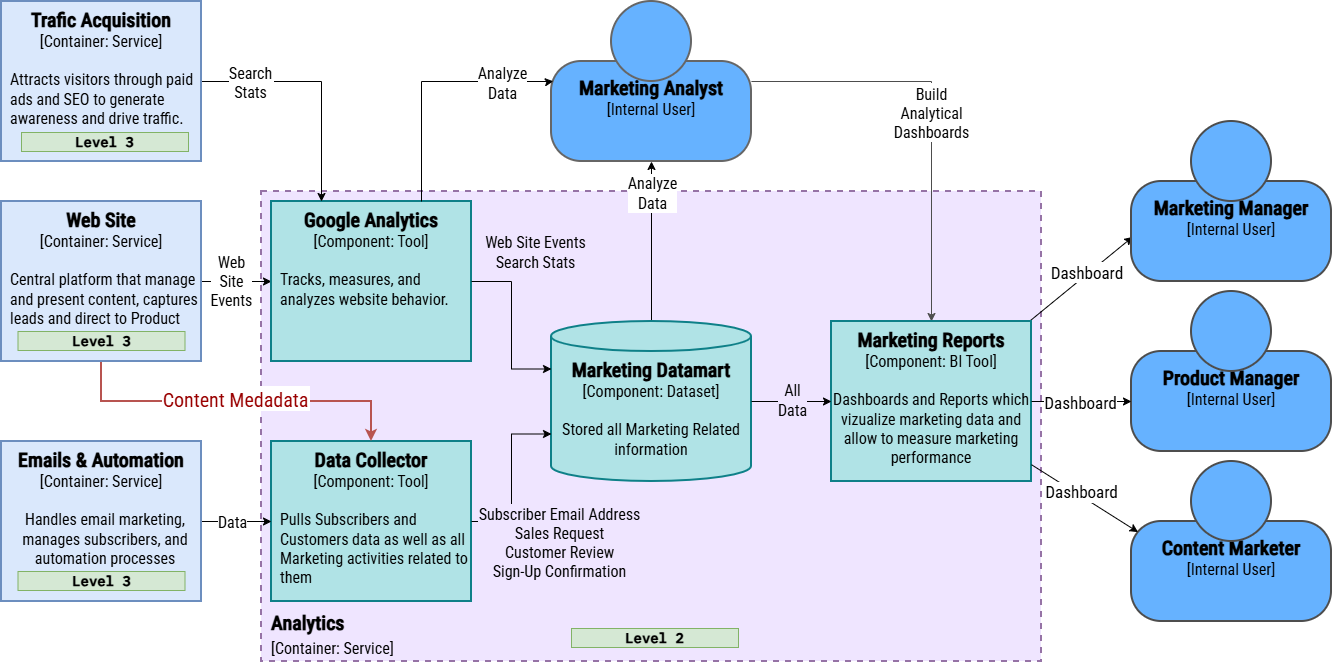
The draw.io diagram chapter-08/figure-8.12.drawio.png in software-architecture-guild/modeling-software-architecture, before a commit. Source tidied: cells renumbered, new cells last; positions are measured from the earlier drawing's top-left corner, leaving out a move shared by most shapes.
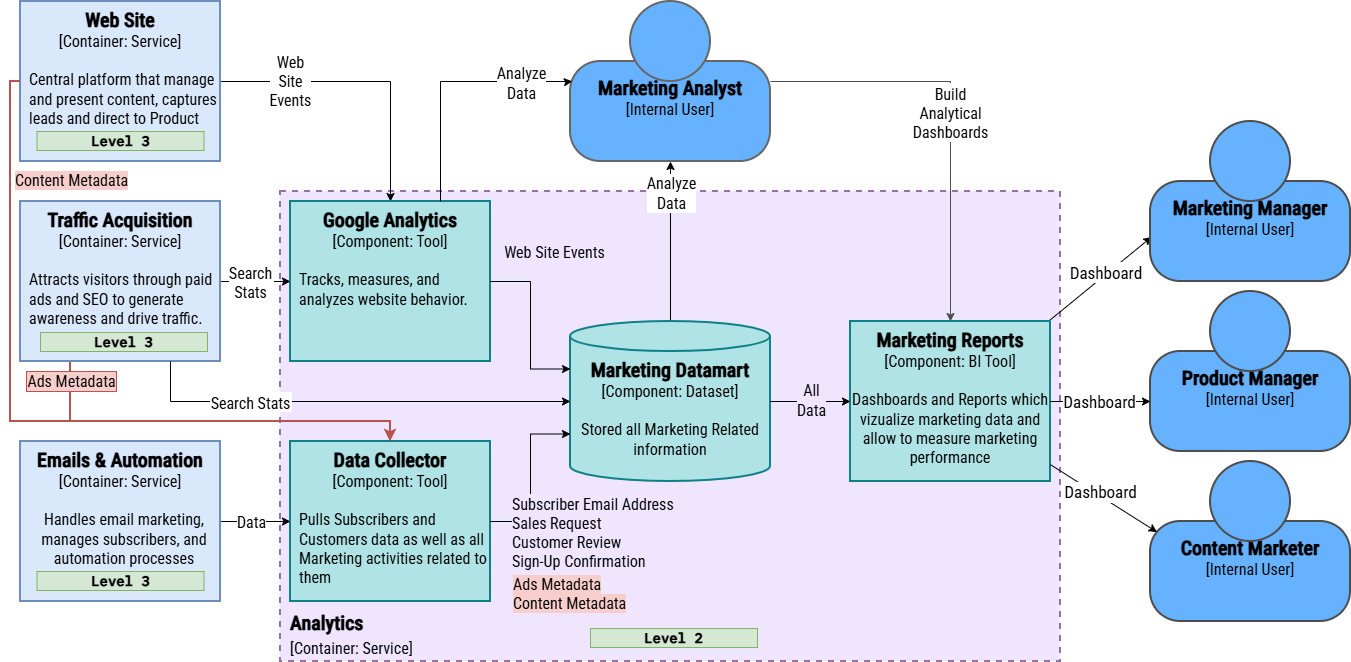
After the change.

Commit message:
chapter 8: fixed google search and ads

What changed in the source:
```diff
@@ -2,8 +2,8 @@
   <root>
     <mxCell id="0" />
     <mxCell id="1" parent="0" />
-    <mxCell id="2" style="rounded=0;whiteSpace=wrap;html=1;strokeColor=none;fillColor=default;" parent="1" vertex="1">
-      <mxGeometry width="1330" height="660" as="geometry" />
+    <mxCell id="2" value="&#10;&lt;span style=&quot;color: rgb(0, 0, 0); font-family: &amp;quot;Roboto Condensed&amp;quot;; font-size: 16px; font-style: normal; font-variant-ligatures: normal; font-variant-caps: normal; font-weight: 400; letter-spacing: normal; orphans: 2; text-align: center; text-indent: 0px; text-transform: none; widows: 2; word-spacing: 0px; -webkit-text-stroke-width: 0px; white-space: nowrap; background-color: rgb(248, 206, 204); text-decoration-thickness: initial; text-decoration-style: initial; text-decoration-color: initial; display: inline !important; float: none;&quot;&gt;Ads Metadata&lt;/span&gt;&#10;&#10;" style="rounded=0;whiteSpace=wrap;html=1;strokeColor=none;fillColor=default;" parent="1" vertex="1">
+      <mxGeometry x="-20" width="1350" height="660" as="geometry" />
     </mxCell>
     <mxCell id="3" value="&lt;font style=&quot;color: rgb(0, 0, 0);&quot;&gt;&lt;b style=&quot;text-align: center;&quot;&gt;Analytics&lt;/b&gt;&lt;br style=&quot;text-align: center;&quot;&gt;&lt;font style=&quot;text-align: center; font-size: 16px;&quot;&gt;[Container: Service]&lt;/font&gt;&lt;/font&gt;" style="rounded=0;whiteSpace=wrap;html=1;strokeWidth=2;fillColor=#EFE5FF;strokeColor=#9673a6;verticalAlign=bottom;dashed=1;align=left;fontFamily=Roboto Condensed;fontSource=https%3A%2F%2Ffonts.googleapis.com%2Fcss%3Ffamily%3DRoboto%2BCondensed;fontSize=20;spacingLeft=8;" parent="1" vertex="1">
       <mxGeometry x="260" y="190" width="780" height="470" as="geometry" />
@@ -17,8 +17,8 @@
     <mxCell id="6" style="ellipse;whiteSpace=wrap;html=1;strokeWidth=2;strokeColor=#666666;fillColor=light-dark(#66B2FF,#EDEDED);fontColor=#000000;" parent="4" vertex="1">
       <mxGeometry x="60" width="80" height="80" as="geometry" />
     </mxCell>
-    <mxCell id="7" value="Web&lt;br&gt;Site&lt;br&gt;Events" style="shape=connector;rounded=0;jettySize=auto;html=1;strokeColor=#000000;align=center;verticalAlign=middle;fontFamily=Roboto Condensed;fontSource=https%3A%2F%2Ffonts.googleapis.com%2Fcss%3Ffamily%3DRoboto%2BCondensed;fontSize=16;fontColor=default;labelBackgroundColor=default;endArrow=classic;entryX=0;entryY=0.5;entryDx=0;entryDy=0;exitX=1;exitY=0.5;exitDx=0;exitDy=0;" parent="1" edge="1" source="50" target="14">
-      <mxGeometry x="-0.14" relative="1" as="geometry" />
+    <mxCell id="7" value="Web&lt;br&gt;Site&lt;br&gt;Events" style="shape=connector;rounded=0;jettySize=auto;html=1;strokeColor=#000000;align=center;verticalAlign=middle;fontFamily=Roboto Condensed;fontSource=https%3A%2F%2Ffonts.googleapis.com%2Fcss%3Ffamily%3DRoboto%2BCondensed;fontSize=16;fontColor=default;labelBackgroundColor=default;endArrow=classic;entryX=0.5;entryY=0;entryDx=0;entryDy=0;exitX=1;exitY=0.5;exitDx=0;exitDy=0;edgeStyle=orthogonalEdgeStyle;" parent="1" edge="1" source="50" target="14">
+      <mxGeometry x="-0.52" relative="1" as="geometry" />
     </mxCell>
     <mxCell id="8" style="group;" parent="1" vertex="1">
       <mxGeometry x="1130" y="460" width="200" height="160" as="geometry" />
@@ -41,12 +41,12 @@
     <mxCell id="14" value="&lt;font&gt;&lt;font style=&quot;font-size: 20px;&quot;&gt;&lt;b&gt;&lt;font&gt;&lt;span&gt;Google Analytics&lt;/span&gt;&lt;/font&gt;&lt;/b&gt;&lt;br&gt;&lt;/font&gt;&lt;font&gt;[&lt;/font&gt;&lt;/font&gt;&lt;span&gt;Component&lt;/span&gt;&lt;font&gt;&lt;font&gt;: Tool]&lt;br&gt;&lt;br&gt;&lt;div style=&quot;text-align: left; padding-bottom: 0px; padding-left: 8px;&quot;&gt;&lt;span style=&quot;background-color: transparent;&quot;&gt;Tracks, measures, and analyzes website behavior.&lt;/span&gt;&lt;/div&gt;&lt;/font&gt;&lt;/font&gt;" style="rounded=0;whiteSpace=wrap;html=1;strokeWidth=2;fillColor=#b0e3e6;strokeColor=#0e8088;verticalAlign=top;fontFamily=Roboto Condensed;fontSource=https%3A%2F%2Ffonts.googleapis.com%2Fcss%3Ffamily%3DRoboto%2BCondensed;fontColor=#000000;fontSize=16;" parent="1" vertex="1">
       <mxGeometry x="270" y="200" width="200" height="160" as="geometry" />
     </mxCell>
-    <mxCell id="15" style="shape=connector;rounded=0;jettySize=auto;html=1;strokeColor=#000000;align=center;verticalAlign=middle;fontFamily=IBM Plex Mono;fontSource=https%3A%2F%2Ffonts.googleapis.com%2Fcss%3Ffamily%3DIBM%2BPlex%2BMono;fontSize=11;fontColor=default;labelBackgroundColor=default;endArrow=classic;entryX=0.25;entryY=0;entryDx=0;entryDy=0;exitX=1;exitY=0.5;exitDx=0;exitDy=0;edgeStyle=orthogonalEdgeStyle;" parent="1" edge="1" source="43" target="14">
+    <mxCell id="15" style="shape=connector;rounded=0;jettySize=auto;html=1;strokeColor=#000000;align=center;verticalAlign=middle;fontFamily=IBM Plex Mono;fontSource=https%3A%2F%2Ffonts.googleapis.com%2Fcss%3Ffamily%3DIBM%2BPlex%2BMono;fontSize=11;fontColor=default;labelBackgroundColor=default;endArrow=classic;exitX=1;exitY=0.5;exitDx=0;exitDy=0;edgeStyle=orthogonalEdgeStyle;" parent="1" edge="1" source="43" target="14">
       <mxGeometry relative="1" as="geometry" />
     </mxCell>
     <mxCell id="16" value="Search&#10;Stats" style="edgeLabel;align=center;verticalAlign=middle;fontFamily=Roboto Condensed;fontSource=https%3A%2F%2Ffonts.googleapis.com%2Fcss%3Ffamily%3DRoboto%2BCondensed;fontSize=16;fontColor=#000000;labelBackgroundColor=#FFFFFF;fillColor=none;gradientColor=none;fontStyle=0;" parent="15" vertex="1">
       <mxGeometry x="-0.5" y="-1" relative="1" as="geometry">
-        <mxPoint x="-10" y="-1" as="offset" />
+        <mxPoint x="13" y="-1" as="offset" />
       </mxGeometry>
     </mxCell>
     <mxCell id="17" value="&lt;font style=&quot;font-size: 20px;&quot;&gt;&lt;span&gt;&lt;b&gt;Data Collector&lt;br&gt;&lt;/b&gt;&lt;/span&gt;&lt;/font&gt;&lt;font&gt;[&lt;/font&gt;&lt;span&gt;Component&lt;/span&gt;&lt;font&gt;: Tool]&lt;br&gt;&lt;br&gt;&lt;div style=&quot;text-align: left; padding-bottom: 0px; padding-left: 8px;&quot;&gt;&lt;span style=&quot;background-color: transparent;&quot;&gt;Pulls Subscribers and Customers data as well as all Marketing activities related to them&lt;/span&gt;&lt;/div&gt;&lt;/font&gt;" style="rounded=0;whiteSpace=wrap;html=1;strokeWidth=2;fillColor=#b0e3e6;strokeColor=#0e8088;verticalAlign=top;align=center;fontFamily=Roboto Condensed;fontSource=https%3A%2F%2Ffonts.googleapis.com%2Fcss%3Ffamily%3DRoboto%2BCondensed;fontSize=16;labelBackgroundColor=none;fontColor=#000000;" parent="1" vertex="1">
@@ -66,9 +66,9 @@
     <mxCell id="21" style="edgeStyle=orthogonalEdgeStyle;shape=connector;rounded=0;jettySize=auto;html=1;exitX=1;exitY=0.5;exitDx=0;exitDy=0;strokeColor=#000000;align=center;verticalAlign=middle;fontFamily=IBM Plex Mono;fontSource=https%3A%2F%2Ffonts.googleapis.com%2Fcss%3Ffamily%3DIBM%2BPlex%2BMono;fontSize=11;fontColor=default;labelBackgroundColor=default;endArrow=classic;entryX=0;entryY=0;entryDx=0;entryDy=112.5;entryPerimeter=0;" parent="1" edge="1" source="17" target="20">
       <mxGeometry relative="1" as="geometry" />
     </mxCell>
-    <mxCell id="22" value="Subscriber Email Address&#10;Sales Request&#10;Customer Review&#10;Sign-Up Confirmation" style="edgeLabel;align=center;verticalAlign=middle;fontFamily=Roboto Condensed;fontSource=https%3A%2F%2Ffonts.googleapis.com%2Fcss%3Ffamily%3DRoboto%2BCondensed;fontSize=16;fontColor=#000000;labelBackgroundColor=#EFE5FF;" parent="21" vertex="1">
+    <mxCell id="22" value="Subscriber Email Address&#10;Sales Request&#10;Customer Review&#10;Sign-Up Confirmation" style="edgeLabel;align=left;verticalAlign=middle;fontFamily=Roboto Condensed;fontSource=https%3A%2F%2Ffonts.googleapis.com%2Fcss%3Ffamily%3DRoboto%2BCondensed;fontSize=16;fontColor=#000000;labelBackgroundColor=#EFE5FF;" parent="21" vertex="1">
       <mxGeometry x="-0.55" relative="1" as="geometry">
-        <mxPoint x="50" y="20" as="offset" />
+        <mxPoint x="-18" y="10" as="offset" />
       </mxGeometry>
     </mxCell>
     <mxCell id="23" style="edgeStyle=none;shape=connector;rounded=0;html=1;entryX=0.006;entryY=0.554;entryDx=0;entryDy=0;strokeColor=#000000;align=center;verticalAlign=middle;fontFamily=IBM Plex Mono;fontSource=https%3A%2F%2Ffonts.googleapis.com%2Fcss%3Ffamily%3DIBM%2BPlex%2BMono;fontSize=11;fontColor=default;labelBackgroundColor=default;endArrow=classic;entryPerimeter=0;" parent="1" edge="1" source="25" target="30">
@@ -107,7 +107,7 @@
     <mxCell id="32" style="shape=connector;rounded=0;jettySize=auto;html=1;exitX=1;exitY=0.5;exitDx=0;exitDy=0;strokeColor=#000000;align=center;verticalAlign=middle;fontFamily=IBM Plex Mono;fontSource=https%3A%2F%2Ffonts.googleapis.com%2Fcss%3Ffamily%3DIBM%2BPlex%2BMono;fontSize=11;fontColor=default;labelBackgroundColor=default;endArrow=classic;entryX=0;entryY=0;entryDx=0;entryDy=47.5;entryPerimeter=0;edgeStyle=orthogonalEdgeStyle;" parent="1" edge="1" source="14" target="20">
       <mxGeometry relative="1" as="geometry" />
     </mxCell>
-    <mxCell id="33" value="&lt;span style=&quot;color: rgb(0, 0, 0); font-family: &amp;quot;Roboto Condensed&amp;quot;; font-size: 16px;&quot;&gt;Web Site Events&lt;br&gt;&lt;/span&gt;&lt;span style=&quot;color: rgb(0, 0, 0); font-family: &amp;quot;Roboto Condensed&amp;quot;; font-size: 16px;&quot;&gt;Search Stats&lt;/span&gt;" style="edgeLabel;html=1;align=center;verticalAlign=middle;labelBackgroundColor=#EFE5FF;" parent="32" vertex="1">
+    <mxCell id="33" value="&lt;span style=&quot;color: rgb(0, 0, 0); font-family: &amp;quot;Roboto Condensed&amp;quot;; font-size: 16px;&quot;&gt;Web Site Events&lt;/span&gt;" style="edgeLabel;html=1;align=center;verticalAlign=middle;labelBackgroundColor=#EFE5FF;" parent="32" vertex="1">
       <mxGeometry x="0.86" y="3" relative="1" as="geometry">
         <mxPoint x="-5" y="-114" as="offset" />
       </mxGeometry>
@@ -156,14 +156,27 @@
         <mxPoint x="-5" y="-10" as="offset" />
       </mxGeometry>
     </mxCell>
+    <mxCell id="52" style="edgeStyle=orthogonalEdgeStyle;shape=connector;rounded=0;html=1;exitX=0.25;exitY=1;exitDx=0;exitDy=0;entryX=0.5;entryY=0;entryDx=0;entryDy=0;strokeColor=#b85450;align=center;verticalAlign=middle;fontFamily=IBM Plex Mono;fontSource=https%3A%2F%2Ffonts.googleapis.com%2Fcss%3Ffamily%3DIBM%2BPlex%2BMono;fontSize=11;fontColor=#000000;labelBackgroundColor=default;endArrow=classic;fillColor=#f8cecc;strokeWidth=2;" parent="1" edge="1" source="43" target="17">
+      <mxGeometry x="0.12" relative="1" as="geometry">
+        <Array as="points">
+          <mxPoint x="50" y="420" />
+          <mxPoint x="370" y="420" />
+        </Array>
+      </mxGeometry>
+    </mxCell>
+    <mxCell id="53" value="Ads Metadata" style="edgeLabel;html=1;align=center;verticalAlign=middle;fontFamily=Roboto Condensed;fontSource=https%3A%2F%2Ffonts.googleapis.com%2Fcss%3Ffamily%3DRoboto%2BCondensed;fontSize=16;labelBackgroundColor=#f8cecc;labelBorderColor=#b85450;" parent="52" vertex="1">
+      <mxGeometry x="0.23" relative="1" as="geometry">
+        <mxPoint x="-187" y="-40" as="offset" />
+      </mxGeometry>
+    </mxCell>
-    <mxCell id="43" value="&lt;font&gt;&lt;font style=&quot;font-size: 20px;&quot;&gt;&lt;b&gt;&lt;font&gt;&lt;span&gt;Trafic Acquisition&lt;/span&gt;&lt;/font&gt;&lt;/b&gt;&lt;br&gt;&lt;/font&gt;&lt;font&gt;[Container: Service]&lt;/font&gt;&lt;/font&gt;&lt;div&gt;&lt;font&gt;&lt;font&gt;&lt;br&gt;&lt;/font&gt;&lt;/font&gt;&lt;/div&gt;&lt;div style=&quot;text-align: left; padding-left: 8px;&quot;&gt;&lt;font&gt;&lt;font&gt;Attracts visitors through paid ads and SEO to generate awareness and drive traffic.&lt;/font&gt;&lt;/font&gt;&lt;/div&gt;" style="rounded=0;whiteSpace=wrap;html=1;strokeWidth=2;fillColor=#dae8fc;strokeColor=#6c8ebf;verticalAlign=top;fontFamily=Roboto Condensed;fontSource=https%3A%2F%2Ffonts.googleapis.com%2Fcss%3Ffamily%3DRoboto%2BCondensed;fontColor=#000000;fontSize=16;" parent="1" vertex="1">
-      <mxGeometry width="200" height="160" as="geometry" />
+    <mxCell id="43" value="&lt;font&gt;&lt;font style=&quot;font-size: 20px;&quot;&gt;&lt;b&gt;&lt;font&gt;&lt;span&gt;Traffic Acquisition&lt;/span&gt;&lt;/font&gt;&lt;/b&gt;&lt;br&gt;&lt;/font&gt;&lt;font&gt;[Container: Service]&lt;/font&gt;&lt;/font&gt;&lt;div&gt;&lt;font&gt;&lt;font&gt;&lt;br&gt;&lt;/font&gt;&lt;/font&gt;&lt;/div&gt;&lt;div style=&quot;text-align: left; padding-left: 8px;&quot;&gt;&lt;font&gt;&lt;font&gt;Attracts visitors through paid ads and SEO to generate awareness and drive traffic.&lt;/font&gt;&lt;/font&gt;&lt;/div&gt;" style="rounded=0;whiteSpace=wrap;html=1;strokeWidth=2;fillColor=#dae8fc;strokeColor=#6c8ebf;verticalAlign=top;fontFamily=Roboto Condensed;fontSource=https%3A%2F%2Ffonts.googleapis.com%2Fcss%3Ffamily%3DRoboto%2BCondensed;fontColor=#000000;fontSize=16;" parent="1" vertex="1">
+      <mxGeometry y="200" width="200" height="160" as="geometry" />
     </mxCell>
     <mxCell id="44" value="&lt;font&gt;&lt;font style=&quot;font-size: 20px;&quot;&gt;&lt;b&gt;&lt;font&gt;&lt;span&gt;Emails &amp;amp; Automation&lt;/span&gt;&lt;/font&gt;&lt;/b&gt;&lt;br&gt;&lt;/font&gt;&lt;font&gt;[Container: Service]&lt;br&gt;&lt;br&gt;&lt;div style=&quot;padding-left: 8px;&quot;&gt;&lt;span style=&quot;background-color: transparent;&quot;&gt;Handles email marketing, manages subscribers, and automation processes&lt;/span&gt;&lt;/div&gt;&lt;/font&gt;&lt;/font&gt;" style="rounded=0;whiteSpace=wrap;html=1;strokeWidth=2;fillColor=#dae8fc;strokeColor=#6c8ebf;verticalAlign=top;fontFamily=Roboto Condensed;fontSource=https%3A%2F%2Ffonts.googleapis.com%2Fcss%3Ffamily%3DRoboto%2BCondensed;fontColor=#000000;fontSize=16;" parent="1" vertex="1">
       <mxGeometry y="440" width="200" height="160" as="geometry" />
     </mxCell>
     <mxCell id="45" value="&lt;font face=&quot;IBM Plex Mono&quot;&gt;Level 3&lt;/font&gt;" style="rounded=0;whiteSpace=wrap;html=1;fillColor=#d5e8d4;strokeColor=#82b366;fontSize=14;fontStyle=1;" parent="1" vertex="1">
-      <mxGeometry x="20" y="131" width="167" height="19" as="geometry" />
+      <mxGeometry x="20" y="331" width="167" height="19" as="geometry" />
     </mxCell>
     <mxCell id="46" value="&lt;font face=&quot;IBM Plex Mono&quot;&gt;Level 3&lt;/font&gt;" style="rounded=0;whiteSpace=wrap;html=1;fillColor=#d5e8d4;strokeColor=#82b366;fontSize=14;fontStyle=1;" parent="1" vertex="1">
       <mxGeometry x="16.5" y="570" width="167" height="19" as="geometry" />
@@ -171,19 +184,36 @@
     <mxCell id="47" value="&lt;font face=&quot;IBM Plex Mono&quot;&gt;Level 2&lt;/font&gt;" style="rounded=0;whiteSpace=wrap;html=1;fillColor=#d5e8d4;strokeColor=#82b366;fontSize=14;fontStyle=1;" parent="1" vertex="1">
       <mxGeometry x="570" y="627" width="167" height="19" as="geometry" />
     </mxCell>
-    <mxCell id="48" style="edgeStyle=orthogonalEdgeStyle;shape=connector;rounded=0;html=1;entryX=0.5;entryY=0;entryDx=0;entryDy=0;strokeColor=#b85450;strokeWidth=2;align=center;verticalAlign=middle;fontFamily=IBM Plex Mono;fontSource=https%3A%2F%2Ffonts.googleapis.com%2Fcss%3Ffamily%3DIBM%2BPlex%2BMono;fontSize=11;fontColor=default;labelBackgroundColor=default;startArrow=none;startFill=0;endArrow=classic;endFill=1;exitX=0.5;exitY=1;exitDx=0;exitDy=0;fillColor=#f8cecc;" parent="1" edge="1" source="50" target="17">
-      <mxGeometry relative="1" as="geometry" />
-    </mxCell>
-    <mxCell id="49" value="Content Medadata" style="edgeLabel;align=center;verticalAlign=middle;fontFamily=Roboto Condensed;fontSource=https%3A%2F%2Ffonts.googleapis.com%2Fcss%3Ffamily%3DRoboto%2BCondensed;fontSize=20;fontColor=#990000;labelBackgroundColor=default;" parent="48" vertex="1">
-      <mxGeometry x="-0.07" y="2" relative="1" as="geometry">
-        <mxPoint x="11" y="-2" as="offset" />
-      </mxGeometry>
-    </mxCell>
     <mxCell id="50" value="&lt;font&gt;&lt;font style=&quot;font-size: 20px;&quot;&gt;&lt;b&gt;&lt;font&gt;&lt;span&gt;Web Site&lt;/span&gt;&lt;/font&gt;&lt;/b&gt;&lt;br&gt;&lt;/font&gt;&lt;font&gt;[Container: Service]&lt;br&gt;&lt;br&gt;&lt;div style=&quot;text-align: left; padding-left: 8px;&quot;&gt;&lt;span style=&quot;background-color: transparent;&quot;&gt;Central platform that manage and present content, captures leads and direct to Product&lt;/span&gt;&lt;/div&gt;&lt;/font&gt;&lt;/font&gt;" style="rounded=0;whiteSpace=wrap;html=1;strokeWidth=2;fillColor=#dae8fc;strokeColor=#6c8ebf;verticalAlign=top;fontColor=#000000;fontFamily=Roboto Condensed;fontSource=https%3A%2F%2Ffonts.googleapis.com%2Fcss%3Ffamily%3DRoboto%2BCondensed;fontSize=16;" parent="1" vertex="1">
-      <mxGeometry y="200" width="200" height="160" as="geometry" />
+      <mxGeometry width="200" height="160" as="geometry" />
     </mxCell>
     <mxCell id="51" value="&lt;font face=&quot;IBM Plex Mono&quot;&gt;Level 3&lt;/font&gt;" style="rounded=0;whiteSpace=wrap;html=1;fillColor=#d5e8d4;strokeColor=#82b366;fontSize=14;fontStyle=1;" parent="1" vertex="1">
-      <mxGeometry x="16.5" y="330" width="167" height="19" as="geometry" />
+      <mxGeometry x="16.5" y="130" width="167" height="19" as="geometry" />
     </mxCell>
+    <mxCell id="54" style="shape=connector;rounded=0;jettySize=auto;html=1;strokeColor=#000000;align=center;verticalAlign=middle;fontFamily=IBM Plex Mono;fontSource=https%3A%2F%2Ffonts.googleapis.com%2Fcss%3Ffamily%3DIBM%2BPlex%2BMono;fontSize=11;fontColor=default;labelBackgroundColor=default;endArrow=classic;exitX=0.75;exitY=1;exitDx=0;exitDy=0;edgeStyle=orthogonalEdgeStyle;entryX=0;entryY=0.5;entryDx=0;entryDy=0;entryPerimeter=0;" parent="1" edge="1" source="43" target="20">
+      <mxGeometry x="-0.11" relative="1" as="geometry" />
+    </mxCell>
+    <mxCell id="55" value="Search Stats" style="edgeLabel;align=center;verticalAlign=middle;fontFamily=Roboto Condensed;fontSource=https%3A%2F%2Ffonts.googleapis.com%2Fcss%3Ffamily%3DRoboto%2BCondensed;fontSize=16;fontColor=#000000;labelBackgroundColor=#FFFFFF;fillColor=none;gradientColor=none;fontStyle=0;" parent="54" vertex="1">
+      <mxGeometry x="-0.68" y="-1" relative="1" as="geometry">
+        <mxPoint x="49" y="-1" as="offset" />
+      </mxGeometry>
+    </mxCell>
+    <mxCell id="56" value="&lt;span style=&quot;color: rgb(0, 0, 0); font-family: &amp;quot;Roboto Condensed&amp;quot;; font-size: 16px; font-style: normal; font-variant-ligatures: normal; font-variant-caps: normal; font-weight: 400; letter-spacing: normal; orphans: 2; text-align: center; text-indent: 0px; text-transform: none; widows: 2; word-spacing: 0px; -webkit-text-stroke-width: 0px; white-space: nowrap; background-color: rgb(248, 206, 204); text-decoration-thickness: initial; text-decoration-style: initial; text-decoration-color: initial; float: none; display: inline !important;&quot;&gt;Ads Metadata&lt;br&gt;&lt;span style=&quot;color: rgb(0, 0, 0);&quot;&gt;Content Metadata&lt;/span&gt;&lt;/span&gt;" style="text;whiteSpace=wrap;html=1;" parent="1" vertex="1">
+      <mxGeometry x="491" y="567" width="120" height="40" as="geometry" />
+    </mxCell>
+    <mxCell id="48" style="edgeStyle=orthogonalEdgeStyle;shape=connector;rounded=0;html=1;entryX=0.5;entryY=0;entryDx=0;entryDy=0;strokeColor=#b85450;align=center;verticalAlign=middle;fontFamily=IBM Plex Mono;fontSource=https%3A%2F%2Ffonts.googleapis.com%2Fcss%3Ffamily%3DIBM%2BPlex%2BMono;fontSize=11;fontColor=#000000;labelBackgroundColor=default;endArrow=classic;exitX=0;exitY=0.5;exitDx=0;exitDy=0;fillColor=#f8cecc;strokeWidth=2;" parent="1" edge="1" source="50" target="17">
+      <mxGeometry relative="1" as="geometry">
+        <Array as="points">
+          <mxPoint x="-10" y="80" />
+          <mxPoint x="-10" y="420" />
+          <mxPoint x="370" y="420" />
+        </Array>
+      </mxGeometry>
+    </mxCell>
+    <mxCell id="57" value="&lt;span style=&quot;color: rgb(0, 0, 0); font-family: &amp;quot;Roboto Condensed&amp;quot;; font-size: 16px; background-color: rgb(248, 206, 204);&quot;&gt;Content Metadata&lt;/span&gt;" style="edgeLabel;html=1;align=center;verticalAlign=middle;fontFamily=IBM Plex Mono;fontSource=https%3A%2F%2Ffonts.googleapis.com%2Fcss%3Ffamily%3DIBM%2BPlex%2BMono;fontSize=11;fontColor=#000000;labelBackgroundColor=default;" parent="48" vertex="1">
+      <mxGeometry x="-0.71" y="-1" relative="1" as="geometry">
+        <mxPoint x="61" as="offset" />
+      </mxGeometry>
+    </mxCell>
   </root>
 </mxGraphModel>
```
